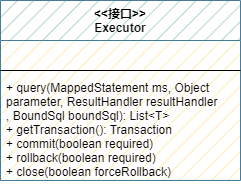
The draw.io diagram wzz-mybatis/mybatis-step-06(Sql方法执行器).drawio.png in wsxzei/markdown-photos, before a commit. Source tidied: cells renumbered, new cells last; positions are measured from the earlier drawing's top-left corner, leaving out a move shared by most shapes. The source it was exported from:
```xml
<mxGraphModel>
  <root>
    <mxCell id="0" />
    <mxCell id="1" parent="0" />
    <mxCell id="2" value="&lt;&lt;接口&gt;&gt;&#10;Executor" style="swimlane;fontStyle=1;align=center;verticalAlign=top;horizontal=1;startSize=40;gradientColor=none;swimlaneFillColor=#FFE599;fillStyle=hatch;fillColor=#9AC7BF;strokeColor=#457B9D;" parent="1" vertex="1">
      <mxGeometry width="240" height="180" as="geometry" />
    </mxCell>
    <mxCell id="3" value=" " style="text;strokeColor=none;fillColor=none;align=left;verticalAlign=top;spacingLeft=4;spacingRight=4;overflow=hidden;" parent="2" vertex="1">
      <mxGeometry y="40" width="240" height="26" as="geometry" />
    </mxCell>
    <mxCell id="4" style="line;strokeWidth=1;fillColor=none;align=left;verticalAlign=middle;spacingTop=-1;spacingLeft=3;spacingRight=3;labelPosition=right;" parent="2" vertex="1">
      <mxGeometry y="66" width="240" height="8" as="geometry" />
    </mxCell>
    <mxCell id="5" value="+ query(MappedStatement ms, Object &#10;parameter, ResultHandler resultHandler&#10;, BoundSql boundSql): List&lt;T&gt;&#10;+ getTransaction(): Transaction&#10;+ commit(boolean required)&#10;+ rollback(boolean required)&#10;+ close(boolean forceRollback)" style="text;strokeColor=none;fillColor=none;align=left;verticalAlign=top;spacingLeft=4;spacingRight=4;overflow=hidden;" parent="2" vertex="1">
      <mxGeometry y="74" width="240" height="106" as="geometry" />
    </mxCell>
  </root>
</mxGraphModel>
```
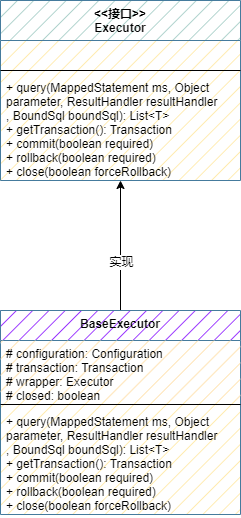
After the change.

Commit message:
更新mybatis-step-06(Sql方法执行器).drawio.png

What changed in the source:
```diff
@@ -2,17 +2,35 @@
   <root>
     <mxCell id="0" />
     <mxCell id="1" parent="0" />
+    <mxCell id="6" style="edgeStyle=orthogonalEdgeStyle;rounded=0;jettySize=auto;html=1;" parent="1" edge="1" source="2" target="8">
+      <mxGeometry relative="1" as="geometry" />
+    </mxCell>
+    <mxCell id="7" value="实现" style="edgeLabel;html=1;align=center;verticalAlign=middle;" parent="6" vertex="1">
+      <mxGeometry x="-0.25" relative="1" as="geometry" />
+    </mxCell>
-    <mxCell id="2" value="&lt;&lt;接口&gt;&gt;&#10;Executor" style="swimlane;fontStyle=1;align=center;verticalAlign=top;horizontal=1;startSize=40;gradientColor=none;swimlaneFillColor=#FFE599;fillStyle=hatch;fillColor=#9AC7BF;strokeColor=#457B9D;" parent="1" vertex="1">
-      <mxGeometry width="240" height="180" as="geometry" />
+    <mxCell id="2" value="BaseExecutor" style="swimlane;fontStyle=1;align=center;verticalAlign=top;horizontal=1;startSize=30;gradientColor=none;swimlaneFillColor=#FFE599;fillStyle=hatch;fillColor=#7F00FF;strokeColor=#457B9D;" parent="1" vertex="1">
+      <mxGeometry width="240" height="204" as="geometry" />
     </mxCell>
-    <mxCell id="3" value=" " style="text;strokeColor=none;fillColor=none;align=left;verticalAlign=top;spacingLeft=4;spacingRight=4;overflow=hidden;" parent="2" vertex="1">
-      <mxGeometry y="40" width="240" height="26" as="geometry" />
+    <mxCell id="3" value="# configuration: Configuration&#10;# transaction: Transaction&#10;# wrapper: Executor&#10;# closed: boolean" style="text;strokeColor=none;fillColor=#ffe6cc;align=left;verticalAlign=top;spacingLeft=4;spacingRight=4;overflow=hidden;" parent="2" vertex="1">
+      <mxGeometry y="30" width="240" height="60" as="geometry" />
     </mxCell>
     <mxCell id="4" style="line;strokeWidth=1;fillColor=none;align=left;verticalAlign=middle;spacingTop=-1;spacingLeft=3;spacingRight=3;labelPosition=right;" parent="2" vertex="1">
-      <mxGeometry y="66" width="240" height="8" as="geometry" />
+      <mxGeometry y="90" width="240" height="8" as="geometry" />
     </mxCell>
     <mxCell id="5" value="+ query(MappedStatement ms, Object &#10;parameter, ResultHandler resultHandler&#10;, BoundSql boundSql): List&lt;T&gt;&#10;+ getTransaction(): Transaction&#10;+ commit(boolean required)&#10;+ rollback(boolean required)&#10;+ close(boolean forceRollback)" style="text;strokeColor=none;fillColor=none;align=left;verticalAlign=top;spacingLeft=4;spacingRight=4;overflow=hidden;" parent="2" vertex="1">
-      <mxGeometry y="74" width="240" height="106" as="geometry" />
+      <mxGeometry y="98" width="240" height="106" as="geometry" />
     </mxCell>
+    <mxCell id="8" value="&lt;&lt;接口&gt;&gt;&#10;Executor" style="swimlane;fontStyle=1;align=center;verticalAlign=top;horizontal=1;startSize=40;gradientColor=none;swimlaneFillColor=#FFE599;fillStyle=hatch;fillColor=#9AC7BF;strokeColor=#457B9D;" parent="1" vertex="1">
+      <mxGeometry y="-310" width="240" height="180" as="geometry" />
+    </mxCell>
+    <mxCell id="9" value=" " style="text;strokeColor=none;fillColor=none;align=left;verticalAlign=top;spacingLeft=4;spacingRight=4;overflow=hidden;" parent="8" vertex="1">
+      <mxGeometry y="40" width="240" height="26" as="geometry" />
+    </mxCell>
+    <mxCell id="10" style="line;strokeWidth=1;fillColor=none;align=left;verticalAlign=middle;spacingTop=-1;spacingLeft=3;spacingRight=3;labelPosition=right;" parent="8" vertex="1">
+      <mxGeometry y="66" width="240" height="8" as="geometry" />
+    </mxCell>
+    <mxCell id="11" value="+ query(MappedStatement ms, Object &#10;parameter, ResultHandler resultHandler&#10;, BoundSql boundSql): List&lt;T&gt;&#10;+ getTransaction(): Transaction&#10;+ commit(boolean required)&#10;+ rollback(boolean required)&#10;+ close(boolean forceRollback)" style="text;strokeColor=none;fillColor=none;align=left;verticalAlign=top;spacingLeft=4;spacingRight=4;overflow=hidden;" parent="8" vertex="1">
+      <mxGeometry y="74" width="240" height="106" as="geometry" />
+    </mxCell>
   </root>
 </mxGraphModel>
```
